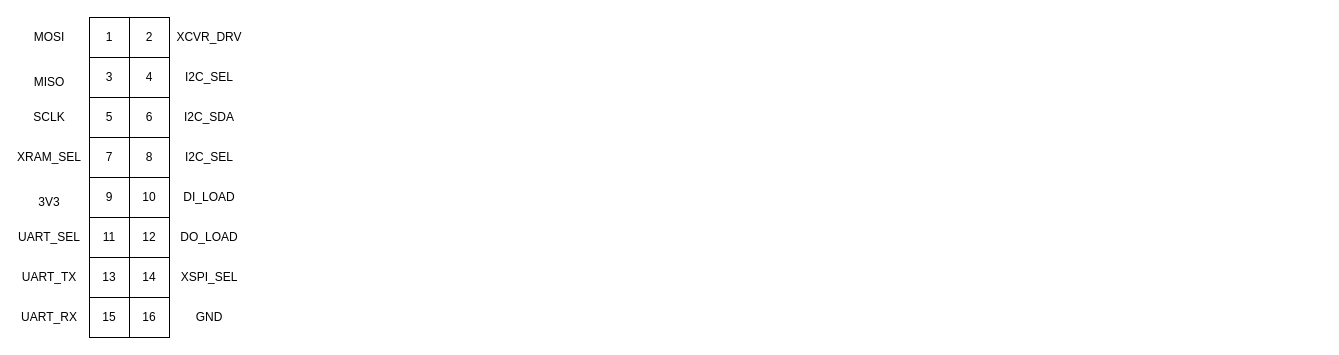
Above: page "PCB labels" (10 of 10) of docs/bluetooth-daq-design.drawio in PatrickAJoseph/bluetooth-daq (draw.io), before the change. Source tidied: cells renumbered, new cells numbered last; positions are measured from the earlier drawing's top-left corner, leaving out a move shared by most shapes. Both pictures are drawn from the tidied source at 100%, with x=0, y=0 at pixel (19, 17).
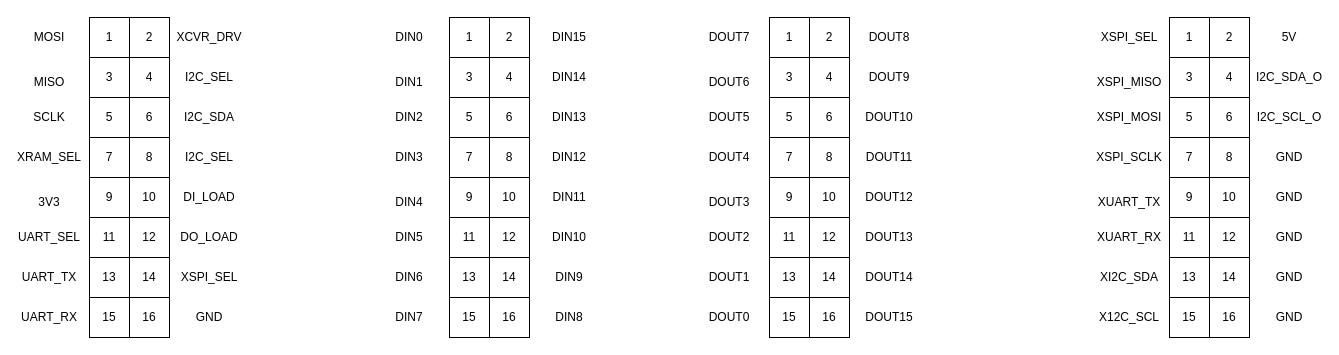
The same diagram, later.

Commit message:
Added PCB terminal labels

The edit, as a diff of the source:
```diff
@@
+    <mxCell id="34" value="1" style="rounded=0;whiteSpace=wrap;html=1;" parent="1" vertex="1">
+      <mxGeometry x="430" width="40" height="40" as="geometry" />
+    </mxCell>
+    <mxCell id="35" value="2" style="rounded=0;whiteSpace=wrap;html=1;" parent="1" vertex="1">
+      <mxGeometry x="470" width="40" height="40" as="geometry" />
+    </mxCell>
+    <mxCell id="36" value="3" style="rounded=0;whiteSpace=wrap;html=1;" parent="1" vertex="1">
+      <mxGeometry x="430" y="40" width="40" height="40" as="geometry" />
+    </mxCell>
+    <mxCell id="37" value="4" style="rounded=0;whiteSpace=wrap;html=1;" parent="1" vertex="1">
+      <mxGeometry x="470" y="40" width="40" height="40" as="geometry" />
+    </mxCell>
+    <mxCell id="38" value="5" style="rounded=0;whiteSpace=wrap;html=1;" parent="1" vertex="1">
+      <mxGeometry x="430" y="80" width="40" height="40" as="geometry" />
+    </mxCell>
+    <mxCell id="39" value="6" style="rounded=0;whiteSpace=wrap;html=1;" parent="1" vertex="1">
+      <mxGeometry x="470" y="80" width="40" height="40" as="geometry" />
+    </mxCell>
+    <mxCell id="40" value="7" style="rounded=0;whiteSpace=wrap;html=1;" parent="1" vertex="1">
+      <mxGeometry x="430" y="120" width="40" height="40" as="geometry" />
+    </mxCell>
+    <mxCell id="41" value="8" style="rounded=0;whiteSpace=wrap;html=1;" parent="1" vertex="1">
+      <mxGeometry x="470" y="120" width="40" height="40" as="geometry" />
+    </mxCell>
+    <mxCell id="42" value="9" style="rounded=0;whiteSpace=wrap;html=1;" parent="1" vertex="1">
+      <mxGeometry x="430" y="160" width="40" height="40" as="geometry" />
+    </mxCell>
+    <mxCell id="43" value="10" style="rounded=0;whiteSpace=wrap;html=1;" parent="1" vertex="1">
+      <mxGeometry x="470" y="160" width="40" height="40" as="geometry" />
+    </mxCell>
+    <mxCell id="44" value="11" style="rounded=0;whiteSpace=wrap;html=1;" parent="1" vertex="1">
+      <mxGeometry x="430" y="200" width="40" height="40" as="geometry" />
+    </mxCell>
+    <mxCell id="45" value="12" style="rounded=0;whiteSpace=wrap;html=1;" parent="1" vertex="1">
+      <mxGeometry x="470" y="200" width="40" height="40" as="geometry" />
+    </mxCell>
+    <mxCell id="46" value="13" style="rounded=0;whiteSpace=wrap;html=1;" parent="1" vertex="1">
+      <mxGeometry x="430" y="240" width="40" height="40" as="geometry" />
+    </mxCell>
+    <mxCell id="47" value="14" style="rounded=0;whiteSpace=wrap;html=1;" parent="1" vertex="1">
+      <mxGeometry x="470" y="240" width="40" height="40" as="geometry" />
+    </mxCell>
+    <mxCell id="48" value="15" style="rounded=0;whiteSpace=wrap;html=1;" parent="1" vertex="1">
+      <mxGeometry x="430" y="280" width="40" height="40" as="geometry" />
+    </mxCell>
+    <mxCell id="49" value="16" style="rounded=0;whiteSpace=wrap;html=1;" parent="1" vertex="1">
+      <mxGeometry x="470" y="280" width="40" height="40" as="geometry" />
+    </mxCell>
+    <mxCell id="50" value="DIN0" style="text;html=1;whiteSpace=wrap;strokeColor=none;fillColor=none;align=center;verticalAlign=middle;rounded=0;" parent="1" vertex="1">
+      <mxGeometry x="360" y="5" width="60" height="30" as="geometry" />
+    </mxCell>
+    <mxCell id="51" value="DIN15" style="text;html=1;whiteSpace=wrap;strokeColor=none;fillColor=none;align=center;verticalAlign=middle;rounded=0;" parent="1" vertex="1">
+      <mxGeometry x="520" y="5" width="60" height="30" as="geometry" />
+    </mxCell>
+    <mxCell id="52" value="DIN1" style="text;html=1;whiteSpace=wrap;strokeColor=none;fillColor=none;align=center;verticalAlign=middle;rounded=0;" parent="1" vertex="1">
+      <mxGeometry x="360" y="50" width="60" height="30" as="geometry" />
+    </mxCell>
+    <mxCell id="53" value="DIN14" style="text;html=1;whiteSpace=wrap;strokeColor=none;fillColor=none;align=center;verticalAlign=middle;rounded=0;" parent="1" vertex="1">
+      <mxGeometry x="520" y="45" width="60" height="30" as="geometry" />
+    </mxCell>
+    <mxCell id="54" value="DIN2" style="text;html=1;whiteSpace=wrap;strokeColor=none;fillColor=none;align=center;verticalAlign=middle;rounded=0;" parent="1" vertex="1">
+      <mxGeometry x="360" y="85" width="60" height="30" as="geometry" />
+    </mxCell>
+    <mxCell id="55" value="DIN13" style="text;html=1;whiteSpace=wrap;strokeColor=none;fillColor=none;align=center;verticalAlign=middle;rounded=0;" parent="1" vertex="1">
+      <mxGeometry x="520" y="85" width="60" height="30" as="geometry" />
+    </mxCell>
+    <mxCell id="56" value="DIN3" style="text;html=1;whiteSpace=wrap;strokeColor=none;fillColor=none;align=center;verticalAlign=middle;rounded=0;" parent="1" vertex="1">
+      <mxGeometry x="360" y="125" width="60" height="30" as="geometry" />
+    </mxCell>
+    <mxCell id="57" value="DIN12" style="text;html=1;whiteSpace=wrap;strokeColor=none;fillColor=none;align=center;verticalAlign=middle;rounded=0;" parent="1" vertex="1">
+      <mxGeometry x="520" y="125" width="60" height="30" as="geometry" />
+    </mxCell>
+    <mxCell id="58" value="DIN4" style="text;html=1;whiteSpace=wrap;strokeColor=none;fillColor=none;align=center;verticalAlign=middle;rounded=0;" parent="1" vertex="1">
+      <mxGeometry x="360" y="170" width="60" height="30" as="geometry" />
+    </mxCell>
+    <mxCell id="59" value="DIN11" style="text;html=1;whiteSpace=wrap;strokeColor=none;fillColor=none;align=center;verticalAlign=middle;rounded=0;" parent="1" vertex="1">
+      <mxGeometry x="520" y="165" width="60" height="30" as="geometry" />
+    </mxCell>
+    <mxCell id="60" value="DIN5" style="text;html=1;whiteSpace=wrap;strokeColor=none;fillColor=none;align=center;verticalAlign=middle;rounded=0;" parent="1" vertex="1">
+      <mxGeometry x="360" y="205" width="60" height="30" as="geometry" />
+    </mxCell>
+    <mxCell id="61" value="DIN10" style="text;html=1;whiteSpace=wrap;strokeColor=none;fillColor=none;align=center;verticalAlign=middle;rounded=0;" parent="1" vertex="1">
+      <mxGeometry x="520" y="205" width="60" height="30" as="geometry" />
+    </mxCell>
+    <mxCell id="62" value="DIN6" style="text;html=1;whiteSpace=wrap;strokeColor=none;fillColor=none;align=center;verticalAlign=middle;rounded=0;" parent="1" vertex="1">
+      <mxGeometry x="360" y="245" width="60" height="30" as="geometry" />
+    </mxCell>
+    <mxCell id="63" value="DIN9" style="text;html=1;whiteSpace=wrap;strokeColor=none;fillColor=none;align=center;verticalAlign=middle;rounded=0;" parent="1" vertex="1">
+      <mxGeometry x="520" y="245" width="60" height="30" as="geometry" />
+    </mxCell>
+    <mxCell id="64" value="DIN7" style="text;html=1;whiteSpace=wrap;strokeColor=none;fillColor=none;align=center;verticalAlign=middle;rounded=0;" parent="1" vertex="1">
+      <mxGeometry x="360" y="285" width="60" height="30" as="geometry" />
+    </mxCell>
+    <mxCell id="65" value="DIN8" style="text;html=1;whiteSpace=wrap;strokeColor=none;fillColor=none;align=center;verticalAlign=middle;rounded=0;" parent="1" vertex="1">
+      <mxGeometry x="520" y="285" width="60" height="30" as="geometry" />
+    </mxCell>
+    <mxCell id="66" value="1" style="rounded=0;whiteSpace=wrap;html=1;" parent="1" vertex="1">
+      <mxGeometry x="750" width="40" height="40" as="geometry" />
+    </mxCell>
+    <mxCell id="67" value="2" style="rounded=0;whiteSpace=wrap;html=1;" parent="1" vertex="1">
+      <mxGeometry x="790" width="40" height="40" as="geometry" />
+    </mxCell>
+    <mxCell id="68" value="3" style="rounded=0;whiteSpace=wrap;html=1;" parent="1" vertex="1">
+      <mxGeometry x="750" y="40" width="40" height="40" as="geometry" />
+    </mxCell>
+    <mxCell id="69" value="4" style="rounded=0;whiteSpace=wrap;html=1;" parent="1" vertex="1">
+      <mxGeometry x="790" y="40" width="40" height="40" as="geometry" />
+    </mxCell>
+    <mxCell id="70" value="5" style="rounded=0;whiteSpace=wrap;html=1;" parent="1" vertex="1">
+      <mxGeometry x="750" y="80" width="40" height="40" as="geometry" />
+    </mxCell>
+    <mxCell id="71" value="6" style="rounded=0;whiteSpace=wrap;html=1;" parent="1" vertex="1">
+      <mxGeometry x="790" y="80" width="40" height="40" as="geometry" />
+    </mxCell>
+    <mxCell id="72" value="7" style="rounded=0;whiteSpace=wrap;html=1;" parent="1" vertex="1">
+      <mxGeometry x="750" y="120" width="40" height="40" as="geometry" />
+    </mxCell>
+    <mxCell id="73" value="8" style="rounded=0;whiteSpace=wrap;html=1;" parent="1" vertex="1">
+      <mxGeometry x="790" y="120" width="40" height="40" as="geometry" />
+    </mxCell>
+    <mxCell id="74" value="9" style="rounded=0;whiteSpace=wrap;html=1;" parent="1" vertex="1">
+      <mxGeometry x="750" y="160" width="40" height="40" as="geometry" />
+    </mxCell>
+    <mxCell id="75" value="10" style="rounded=0;whiteSpace=wrap;html=1;" parent="1" vertex="1">
+      <mxGeometry x="790" y="160" width="40" height="40" as="geometry" />
+    </mxCell>
+    <mxCell id="76" value="11" style="rounded=0;whiteSpace=wrap;html=1;" parent="1" vertex="1">
+      <mxGeometry x="750" y="200" width="40" height="40" as="geometry" />
+    </mxCell>
+    <mxCell id="77" value="12" style="rounded=0;whiteSpace=wrap;html=1;" parent="1" vertex="1">
+      <mxGeometry x="790" y="200" width="40" height="40" as="geometry" />
+    </mxCell>
+    <mxCell id="78" value="13" style="rounded=0;whiteSpace=wrap;html=1;" parent="1" vertex="1">
+      <mxGeometry x="750" y="240" width="40" height="40" as="geometry" />
+    </mxCell>
+    <mxCell id="79" value="14" style="rounded=0;whiteSpace=wrap;html=1;" parent="1" vertex="1">
+      <mxGeometry x="790" y="240" width="40" height="40" as="geometry" />
+    </mxCell>
+    <mxCell id="80" value="15" style="rounded=0;whiteSpace=wrap;html=1;" parent="1" vertex="1">
+      <mxGeometry x="750" y="280" width="40" height="40" as="geometry" />
+    </mxCell>
+    <mxCell id="81" value="16" style="rounded=0;whiteSpace=wrap;html=1;" parent="1" vertex="1">
+      <mxGeometry x="790" y="280" width="40" height="40" as="geometry" />
+    </mxCell>
+    <mxCell id="82" value="DOUT7" style="text;html=1;whiteSpace=wrap;strokeColor=none;fillColor=none;align=center;verticalAlign=middle;rounded=0;" parent="1" vertex="1">
+      <mxGeometry x="680" y="5" width="60" height="30" as="geometry" />
+    </mxCell>
+    <mxCell id="83" value="DOUT8" style="text;html=1;whiteSpace=wrap;strokeColor=none;fillColor=none;align=center;verticalAlign=middle;rounded=0;" parent="1" vertex="1">
+      <mxGeometry x="840" y="5" width="60" height="30" as="geometry" />
+    </mxCell>
+    <mxCell id="84" value="DOUT6" style="text;html=1;whiteSpace=wrap;strokeColor=none;fillColor=none;align=center;verticalAlign=middle;rounded=0;" parent="1" vertex="1">
+      <mxGeometry x="680" y="50" width="60" height="30" as="geometry" />
+    </mxCell>
+    <mxCell id="85" value="DOUT9" style="text;html=1;whiteSpace=wrap;strokeColor=none;fillColor=none;align=center;verticalAlign=middle;rounded=0;" parent="1" vertex="1">
+      <mxGeometry x="840" y="45" width="60" height="30" as="geometry" />
+    </mxCell>
+    <mxCell id="86" value="DOUT5" style="text;html=1;whiteSpace=wrap;strokeColor=none;fillColor=none;align=center;verticalAlign=middle;rounded=0;" parent="1" vertex="1">
+      <mxGeometry x="680" y="85" width="60" height="30" as="geometry" />
+    </mxCell>
+    <mxCell id="87" value="DOUT10" style="text;html=1;whiteSpace=wrap;strokeColor=none;fillColor=none;align=center;verticalAlign=middle;rounded=0;" parent="1" vertex="1">
+      <mxGeometry x="840" y="85" width="60" height="30" as="geometry" />
+    </mxCell>
+    <mxCell id="88" value="DOUT4" style="text;html=1;whiteSpace=wrap;strokeColor=none;fillColor=none;align=center;verticalAlign=middle;rounded=0;" parent="1" vertex="1">
+      <mxGeometry x="680" y="125" width="60" height="30" as="geometry" />
+    </mxCell>
+    <mxCell id="89" value="DOUT11" style="text;html=1;whiteSpace=wrap;strokeColor=none;fillColor=none;align=center;verticalAlign=middle;rounded=0;" parent="1" vertex="1">
+      <mxGeometry x="840" y="125" width="60" height="30" as="geometry" />
+    </mxCell>
+    <mxCell id="90" value="DOUT3" style="text;html=1;whiteSpace=wrap;strokeColor=none;fillColor=none;align=center;verticalAlign=middle;rounded=0;" parent="1" vertex="1">
+      <mxGeometry x="680" y="170" width="60" height="30" as="geometry" />
+    </mxCell>
+    <mxCell id="91" value="DOUT12" style="text;html=1;whiteSpace=wrap;strokeColor=none;fillColor=none;align=center;verticalAlign=middle;rounded=0;" parent="1" vertex="1">
+      <mxGeometry x="840" y="165" width="60" height="30" as="geometry" />
+    </mxCell>
+    <mxCell id="92" value="DOUT2" style="text;html=1;whiteSpace=wrap;strokeColor=none;fillColor=none;align=center;verticalAlign=middle;rounded=0;" parent="1" vertex="1">
+      <mxGeometry x="680" y="205" width="60" height="30" as="geometry" />
+    </mxCell>
+    <mxCell id="93" value="DOUT13" style="text;html=1;whiteSpace=wrap;strokeColor=none;fillColor=none;align=center;verticalAlign=middle;rounded=0;" parent="1" vertex="1">
+      <mxGeometry x="840" y="205" width="60" height="30" as="geometry" />
+    </mxCell>
+    <mxCell id="94" value="DOUT1" style="text;html=1;whiteSpace=wrap;strokeColor=none;fillColor=none;align=center;verticalAlign=middle;rounded=0;" parent="1" vertex="1">
+      <mxGeometry x="680" y="245" width="60" height="30" as="geometry" />
+    </mxCell>
+    <mxCell id="95" value="DOUT14" style="text;html=1;whiteSpace=wrap;strokeColor=none;fillColor=none;align=center;verticalAlign=middle;rounded=0;" parent="1" vertex="1">
+      <mxGeometry x="840" y="245" width="60" height="30" as="geometry" />
+    </mxCell>
+    <mxCell id="96" value="DOUT0" style="text;html=1;whiteSpace=wrap;strokeColor=none;fillColor=none;align=center;verticalAlign=middle;rounded=0;" parent="1" vertex="1">
+      <mxGeometry x="680" y="285" width="60" height="30" as="geometry" />
+    </mxCell>
+    <mxCell id="97" value="DOUT15" style="text;html=1;whiteSpace=wrap;strokeColor=none;fillColor=none;align=center;verticalAlign=middle;rounded=0;" parent="1" vertex="1">
+      <mxGeometry x="840" y="285" width="60" height="30" as="geometry" />
+    </mxCell>
+    <mxCell id="98" value="1" style="rounded=0;whiteSpace=wrap;html=1;" parent="1" vertex="1">
+      <mxGeometry x="1150" width="40" height="40" as="geometry" />
+    </mxCell>
+    <mxCell id="99" value="2" style="rounded=0;whiteSpace=wrap;html=1;" parent="1" vertex="1">
+      <mxGeometry x="1190" width="40" height="40" as="geometry" />
+    </mxCell>
+    <mxCell id="100" value="3" style="rounded=0;whiteSpace=wrap;html=1;" parent="1" vertex="1">
+      <mxGeometry x="1150" y="40" width="40" height="40" as="geometry" />
+    </mxCell>
+    <mxCell id="101" value="4" style="rounded=0;whiteSpace=wrap;html=1;" parent="1" vertex="1">
+      <mxGeometry x="1190" y="40" width="40" height="40" as="geometry" />
+    </mxCell>
+    <mxCell id="102" value="5" style="rounded=0;whiteSpace=wrap;html=1;" parent="1" vertex="1">
+      <mxGeometry x="1150" y="80" width="40" height="40" as="geometry" />
+    </mxCell>
+    <mxCell id="103" value="6" style="rounded=0;whiteSpace=wrap;html=1;" parent="1" vertex="1">
+      <mxGeometry x="1190" y="80" width="40" height="40" as="geometry" />
+    </mxCell>
+    <mxCell id="104" value="7" style="rounded=0;whiteSpace=wrap;html=1;" parent="1" vertex="1">
+      <mxGeometry x="1150" y="120" width="40" height="40" as="geometry" />
+    </mxCell>
+    <mxCell id="105" value="8" style="rounded=0;whiteSpace=wrap;html=1;" parent="1" vertex="1">
+      <mxGeometry x="1190" y="120" width="40" height="40" as="geometry" />
+    </mxCell>
+    <mxCell id="106" value="9" style="rounded=0;whiteSpace=wrap;html=1;" parent="1" vertex="1">
+      <mxGeometry x="1150" y="160" width="40" height="40" as="geometry" />
+    </mxCell>
+    <mxCell id="107" value="10" style="rounded=0;whiteSpace=wrap;html=1;" parent="1" vertex="1">
+      <mxGeometry x="1190" y="160" width="40" height="40" as="geometry" />
+    </mxCell>
+    <mxCell id="108" value="11" style="rounded=0;whiteSpace=wrap;html=1;" parent="1" vertex="1">
+      <mxGeometry x="1150" y="200" width="40" height="40" as="geometry" />
+    </mxCell>
+    <mxCell id="109" value="12" style="rounded=0;whiteSpace=wrap;html=1;" parent="1" vertex="1">
+      <mxGeometry x="1190" y="200" width="40" height="40" as="geometry" />
+    </mxCell>
+    <mxCell id="110" value="13" style="rounded=0;whiteSpace=wrap;html=1;" parent="1" vertex="1">
+      <mxGeometry x="1150" y="240" width="40" height="40" as="geometry" />
+    </mxCell>
+    <mxCell id="111" value="14" style="rounded=0;whiteSpace=wrap;html=1;" parent="1" vertex="1">
+      <mxGeometry x="1190" y="240" width="40" height="40" as="geometry" />
+    </mxCell>
+    <mxCell id="112" value="15" style="rounded=0;whiteSpace=wrap;html=1;" parent="1" vertex="1">
+      <mxGeometry x="1150" y="280" width="40" height="40" as="geometry" />
+    </mxCell>
+    <mxCell id="113" value="16" style="rounded=0;whiteSpace=wrap;html=1;" parent="1" vertex="1">
+      <mxGeometry x="1190" y="280" width="40" height="40" as="geometry" />
+    </mxCell>
+    <mxCell id="114" value="XSPI_SEL" style="text;html=1;whiteSpace=wrap;strokeColor=none;fillColor=none;align=center;verticalAlign=middle;rounded=0;" parent="1" vertex="1">
+      <mxGeometry x="1080" y="5" width="60" height="30" as="geometry" />
+    </mxCell>
+    <mxCell id="115" value="5V" style="text;html=1;whiteSpace=wrap;strokeColor=none;fillColor=none;align=center;verticalAlign=middle;rounded=0;" parent="1" vertex="1">
+      <mxGeometry x="1240" y="5" width="60" height="30" as="geometry" />
+    </mxCell>
+    <mxCell id="116" value="XSPI_MISO" style="text;html=1;whiteSpace=wrap;strokeColor=none;fillColor=none;align=center;verticalAlign=middle;rounded=0;" parent="1" vertex="1">
+      <mxGeometry x="1080" y="50" width="60" height="30" as="geometry" />
+    </mxCell>
+    <mxCell id="117" value="I2C_SDA_O" style="text;html=1;whiteSpace=wrap;strokeColor=none;fillColor=none;align=center;verticalAlign=middle;rounded=0;" parent="1" vertex="1">
+      <mxGeometry x="1240" y="45" width="60" height="30" as="geometry" />
+    </mxCell>
+    <mxCell id="118" value="XSPI_MOSI" style="text;html=1;whiteSpace=wrap;strokeColor=none;fillColor=none;align=center;verticalAlign=middle;rounded=0;" parent="1" vertex="1">
+      <mxGeometry x="1080" y="85" width="60" height="30" as="geometry" />
+    </mxCell>
+    <mxCell id="119" value="I2C_SCL_O" style="text;html=1;whiteSpace=wrap;strokeColor=none;fillColor=none;align=center;verticalAlign=middle;rounded=0;" parent="1" vertex="1">
+      <mxGeometry x="1240" y="85" width="60" height="30" as="geometry" />
+    </mxCell>
+    <mxCell id="120" value="XSPI_SCLK" style="text;html=1;whiteSpace=wrap;strokeColor=none;fillColor=none;align=center;verticalAlign=middle;rounded=0;" parent="1" vertex="1">
+      <mxGeometry x="1080" y="125" width="60" height="30" as="geometry" />
+    </mxCell>
+    <mxCell id="121" value="GND" style="text;html=1;whiteSpace=wrap;strokeColor=none;fillColor=none;align=center;verticalAlign=middle;rounded=0;" parent="1" vertex="1">
+      <mxGeometry x="1240" y="125" width="60" height="30" as="geometry" />
+    </mxCell>
+    <mxCell id="122" value="XUART_TX" style="text;html=1;whiteSpace=wrap;strokeColor=none;fillColor=none;align=center;verticalAlign=middle;rounded=0;" parent="1" vertex="1">
+      <mxGeometry x="1080" y="170" width="60" height="30" as="geometry" />
+    </mxCell>
+    <mxCell id="123" value="GND" style="text;html=1;whiteSpace=wrap;strokeColor=none;fillColor=none;align=center;verticalAlign=middle;rounded=0;" parent="1" vertex="1">
+      <mxGeometry x="1240" y="165" width="60" height="30" as="geometry" />
+    </mxCell>
+    <mxCell id="124" value="XUART_RX" style="text;html=1;whiteSpace=wrap;strokeColor=none;fillColor=none;align=center;verticalAlign=middle;rounded=0;" parent="1" vertex="1">
+      <mxGeometry x="1080" y="205" width="60" height="30" as="geometry" />
+    </mxCell>
+    <mxCell id="125" value="GND" style="text;html=1;whiteSpace=wrap;strokeColor=none;fillColor=none;align=center;verticalAlign=middle;rounded=0;" parent="1" vertex="1">
+      <mxGeometry x="1240" y="205" width="60" height="30" as="geometry" />
+    </mxCell>
+    <mxCell id="126" value="XI2C_SDA" style="text;html=1;whiteSpace=wrap;strokeColor=none;fillColor=none;align=center;verticalAlign=middle;rounded=0;" parent="1" vertex="1">
+      <mxGeometry x="1080" y="245" width="60" height="30" as="geometry" />
+    </mxCell>
+    <mxCell id="127" value="GND" style="text;html=1;whiteSpace=wrap;strokeColor=none;fillColor=none;align=center;verticalAlign=middle;rounded=0;" parent="1" vertex="1">
+      <mxGeometry x="1240" y="245" width="60" height="30" as="geometry" />
+    </mxCell>
+    <mxCell id="128" value="X12C_SCL" style="text;html=1;whiteSpace=wrap;strokeColor=none;fillColor=none;align=center;verticalAlign=middle;rounded=0;" parent="1" vertex="1">
+      <mxGeometry x="1080" y="285" width="60" height="30" as="geometry" />
+    </mxCell>
+    <mxCell id="129" value="GND" style="text;html=1;whiteSpace=wrap;strokeColor=none;fillColor=none;align=center;verticalAlign=middle;rounded=0;" parent="1" vertex="1">
+      <mxGeometry x="1240" y="285" width="60" height="30" as="geometry" />
+    </mxCell>
```
